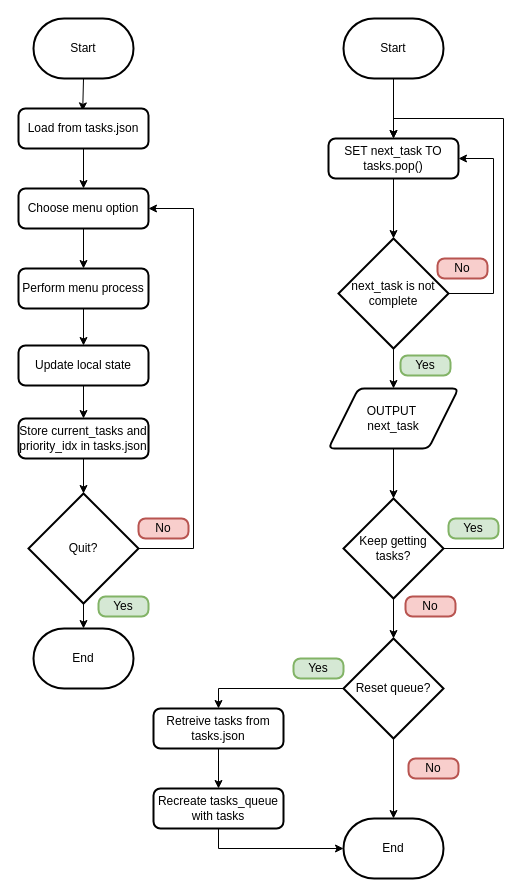
Above: page "State persistence" (1 of 3) of planning/flowcharts.drawio in Jayden-Briffa/task-tracker-datacapture (draw.io), before the change. Source tidied: cells renumbered, new cells numbered last; positions are measured from the earlier drawing's top-left corner, leaving out a move shared by most shapes. Both pictures are drawn from the tidied source at 100%, with x=0, y=0 at pixel (18, 18).
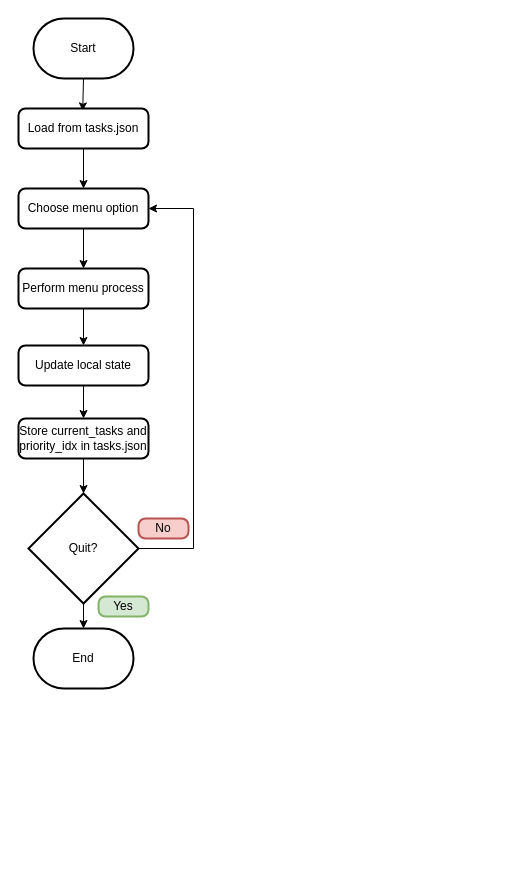
After the change.

Diff of the diagram source:
```diff
@@
-    <mxCell id="5" style="edgeStyle=orthogonalEdgeStyle;rounded=0;jettySize=auto;html=1;exitX=0.5;exitY=1;exitDx=0;exitDy=0;exitPerimeter=0;" parent="1" edge="1" source="6" target="7">
-      <mxGeometry relative="1" as="geometry" />
-    </mxCell>
-    <mxCell id="6" value="Start" style="strokeWidth=2;html=1;shape=mxgraph.flowchart.terminator;whiteSpace=wrap;" parent="1" vertex="1">
-      <mxGeometry x="325" width="100" height="60" as="geometry" />
-    </mxCell>
-    <mxCell id="7" value="SET next_task TO tasks.pop()" style="rounded=1;whiteSpace=wrap;html=1;absoluteArcSize=1;arcSize=14;strokeWidth=2;" parent="1" vertex="1">
-      <mxGeometry x="310" y="120" width="130" height="40" as="geometry" />
-    </mxCell>
-    <mxCell id="8" style="edgeStyle=orthogonalEdgeStyle;rounded=0;jettySize=auto;html=1;exitX=1;exitY=0.5;exitDx=0;exitDy=0;exitPerimeter=0;entryX=0.5;entryY=0;entryDx=0;entryDy=0;" parent="1" edge="1" source="9" target="7">
-      <mxGeometry relative="1" as="geometry">
-        <Array as="points">
-          <mxPoint x="485" y="530" />
-          <mxPoint x="485" y="100" />
-          <mxPoint x="375" y="100" />
-        </Array>
-      </mxGeometry>
-    </mxCell>
-    <mxCell id="9" value="Keep getting tasks?" style="strokeWidth=2;html=1;shape=mxgraph.flowchart.decision;whiteSpace=wrap;" parent="1" vertex="1">
-      <mxGeometry x="325" y="480" width="100" height="100" as="geometry" />
-    </mxCell>
-    <mxCell id="10" style="edgeStyle=orthogonalEdgeStyle;rounded=0;jettySize=auto;html=1;exitX=1;exitY=0.5;exitDx=0;exitDy=0;exitPerimeter=0;entryX=1;entryY=0.5;entryDx=0;entryDy=0;" parent="1" edge="1" source="12" target="7">
-      <mxGeometry relative="1" as="geometry">
-        <Array as="points">
-          <mxPoint x="475" y="275" />
-          <mxPoint x="475" y="140" />
-        </Array>
-      </mxGeometry>
-    </mxCell>
-    <mxCell id="11" style="edgeStyle=orthogonalEdgeStyle;rounded=0;jettySize=auto;html=1;exitX=0.5;exitY=1;exitDx=0;exitDy=0;exitPerimeter=0;entryX=0.5;entryY=0;entryDx=0;entryDy=0;" parent="1" edge="1" source="12" target="14">
-      <mxGeometry relative="1" as="geometry" />
-    </mxCell>
-    <mxCell id="12" value="next_task is not complete" style="strokeWidth=2;html=1;shape=mxgraph.flowchart.decision;whiteSpace=wrap;" parent="1" vertex="1">
-      <mxGeometry x="320" y="220" width="110" height="110" as="geometry" />
-    </mxCell>
-    <mxCell id="13" style="edgeStyle=orthogonalEdgeStyle;rounded=0;jettySize=auto;html=1;exitX=0.5;exitY=1;exitDx=0;exitDy=0;entryX=0.5;entryY=0;entryDx=0;entryDy=0;entryPerimeter=0;" parent="1" edge="1" source="7" target="12">
-      <mxGeometry relative="1" as="geometry" />
-    </mxCell>
-    <mxCell id="14" value="OUTPUT&amp;nbsp;&lt;div&gt;next_task&lt;/div&gt;" style="shape=parallelogram;html=1;strokeWidth=2;perimeter=parallelogramPerimeter;whiteSpace=wrap;rounded=1;arcSize=12;size=0.23;" parent="1" vertex="1">
-      <mxGeometry x="310" y="370" width="130" height="60" as="geometry" />
-    </mxCell>
-    <mxCell id="15" style="edgeStyle=orthogonalEdgeStyle;rounded=0;jettySize=auto;html=1;exitX=0.5;exitY=1;exitDx=0;exitDy=0;entryX=0.5;entryY=0;entryDx=0;entryDy=0;entryPerimeter=0;" parent="1" edge="1" source="14" target="9">
-      <mxGeometry relative="1" as="geometry" />
-    </mxCell>
-    <mxCell id="16" style="edgeStyle=orthogonalEdgeStyle;rounded=0;jettySize=auto;html=1;exitX=0;exitY=0.5;exitDx=0;exitDy=0;exitPerimeter=0;entryX=0.5;entryY=0;entryDx=0;entryDy=0;" parent="1" edge="1" source="17" target="21">
-      <mxGeometry relative="1" as="geometry" />
-    </mxCell>
-    <mxCell id="17" value="Reset queue?" style="strokeWidth=2;html=1;shape=mxgraph.flowchart.decision;whiteSpace=wrap;" parent="1" vertex="1">
-      <mxGeometry x="325" y="620" width="100" height="100" as="geometry" />
-    </mxCell>
-    <mxCell id="18" style="edgeStyle=orthogonalEdgeStyle;rounded=0;jettySize=auto;html=1;exitX=0.5;exitY=1;exitDx=0;exitDy=0;exitPerimeter=0;entryX=0.5;entryY=0;entryDx=0;entryDy=0;entryPerimeter=0;" parent="1" edge="1" source="9" target="17">
-      <mxGeometry relative="1" as="geometry" />
-    </mxCell>
-    <mxCell id="19" value="End" style="strokeWidth=2;html=1;shape=mxgraph.flowchart.terminator;whiteSpace=wrap;" parent="1" vertex="1">
-      <mxGeometry x="325" y="800" width="100" height="60" as="geometry" />
-    </mxCell>
-    <mxCell id="20" style="edgeStyle=orthogonalEdgeStyle;rounded=0;jettySize=auto;html=1;exitX=0.5;exitY=1;exitDx=0;exitDy=0;entryX=0.5;entryY=0;entryDx=0;entryDy=0;" parent="1" edge="1" source="21" target="22">
-      <mxGeometry relative="1" as="geometry" />
-    </mxCell>
-    <mxCell id="21" value="Retreive tasks from tasks.json" style="rounded=1;whiteSpace=wrap;html=1;absoluteArcSize=1;arcSize=14;strokeWidth=2;" parent="1" vertex="1">
-      <mxGeometry x="135" y="690" width="130" height="40" as="geometry" />
-    </mxCell>
-    <mxCell id="22" value="Recreate tasks_queue with tasks" style="rounded=1;whiteSpace=wrap;html=1;absoluteArcSize=1;arcSize=14;strokeWidth=2;" parent="1" vertex="1">
-      <mxGeometry x="135" y="770" width="130" height="40" as="geometry" />
-    </mxCell>
-    <mxCell id="23" style="edgeStyle=orthogonalEdgeStyle;rounded=0;jettySize=auto;html=1;exitX=0.5;exitY=1;exitDx=0;exitDy=0;exitPerimeter=0;entryX=0.5;entryY=0;entryDx=0;entryDy=0;entryPerimeter=0;" parent="1" edge="1" source="17" target="19">
-      <mxGeometry relative="1" as="geometry" />
-    </mxCell>
-    <mxCell id="24" style="edgeStyle=orthogonalEdgeStyle;rounded=0;jettySize=auto;html=1;exitX=0.5;exitY=1;exitDx=0;exitDy=0;entryX=0;entryY=0.5;entryDx=0;entryDy=0;entryPerimeter=0;" parent="1" edge="1" source="22" target="19">
-      <mxGeometry relative="1" as="geometry" />
-    </mxCell>
-    <mxCell id="25" value="Yes" style="rounded=1;whiteSpace=wrap;html=1;absoluteArcSize=1;arcSize=14;strokeWidth=2;fillColor=#d5e8d4;strokeColor=#82b366;fontStyle=0;" parent="1" vertex="1">
-      <mxGeometry x="430" y="500" width="50" height="20" as="geometry" />
-    </mxCell>
-    <mxCell id="26" value="Yes" style="rounded=1;whiteSpace=wrap;html=1;absoluteArcSize=1;arcSize=14;strokeWidth=2;fillColor=#d5e8d4;strokeColor=#82b366;fontStyle=0;" parent="1" vertex="1">
-      <mxGeometry x="275" y="640" width="50" height="20" as="geometry" />
-    </mxCell>
-    <mxCell id="27" value="No" style="rounded=1;whiteSpace=wrap;html=1;absoluteArcSize=1;arcSize=14;strokeWidth=2;fillColor=#f8cecc;strokeColor=#b85450;fontStyle=0;" parent="1" vertex="1">
-      <mxGeometry x="387" y="578" width="50" height="20" as="geometry" />
-    </mxCell>
-    <mxCell id="28" value="No" style="rounded=1;whiteSpace=wrap;html=1;absoluteArcSize=1;arcSize=14;strokeWidth=2;fillColor=#f8cecc;strokeColor=#b85450;fontStyle=0;" parent="1" vertex="1">
-      <mxGeometry x="390" y="740" width="50" height="20" as="geometry" />
-    </mxCell>
-    <mxCell id="29" value="Yes" style="rounded=1;whiteSpace=wrap;html=1;absoluteArcSize=1;arcSize=14;strokeWidth=2;fillColor=#d5e8d4;strokeColor=#82b366;fontStyle=0;" parent="1" vertex="1">
-      <mxGeometry x="382" y="337" width="50" height="20" as="geometry" />
-    </mxCell>
-    <mxCell id="30" value="No" style="rounded=1;whiteSpace=wrap;html=1;absoluteArcSize=1;arcSize=14;strokeWidth=2;fillColor=#f8cecc;strokeColor=#b85450;fontStyle=0;" parent="1" vertex="1">
-      <mxGeometry x="419" y="240" width="50" height="20" as="geometry" />
-    </mxCell>
```
